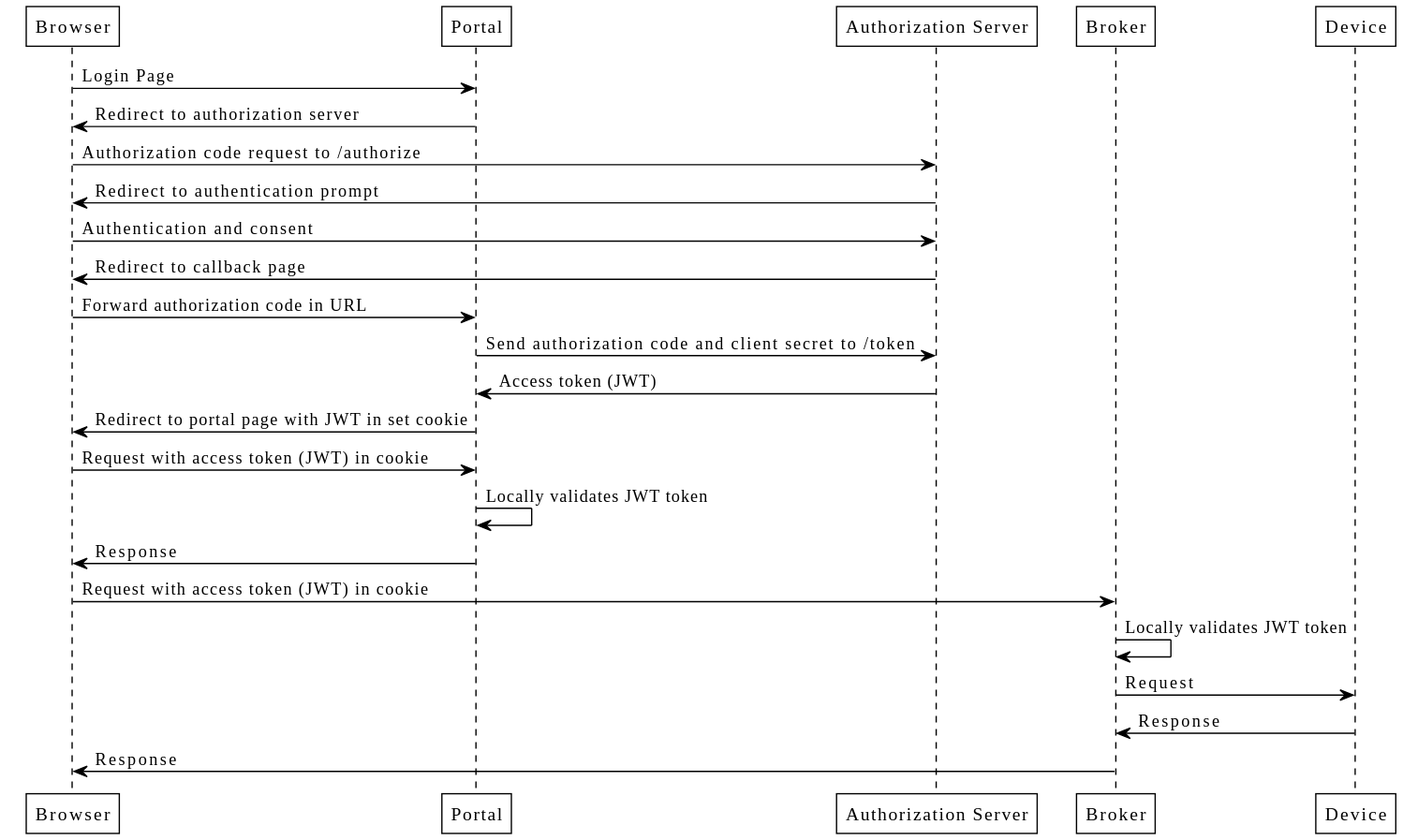
Above: flow.svg in mathias-muench/OauthTut (PlantUML), before the change.
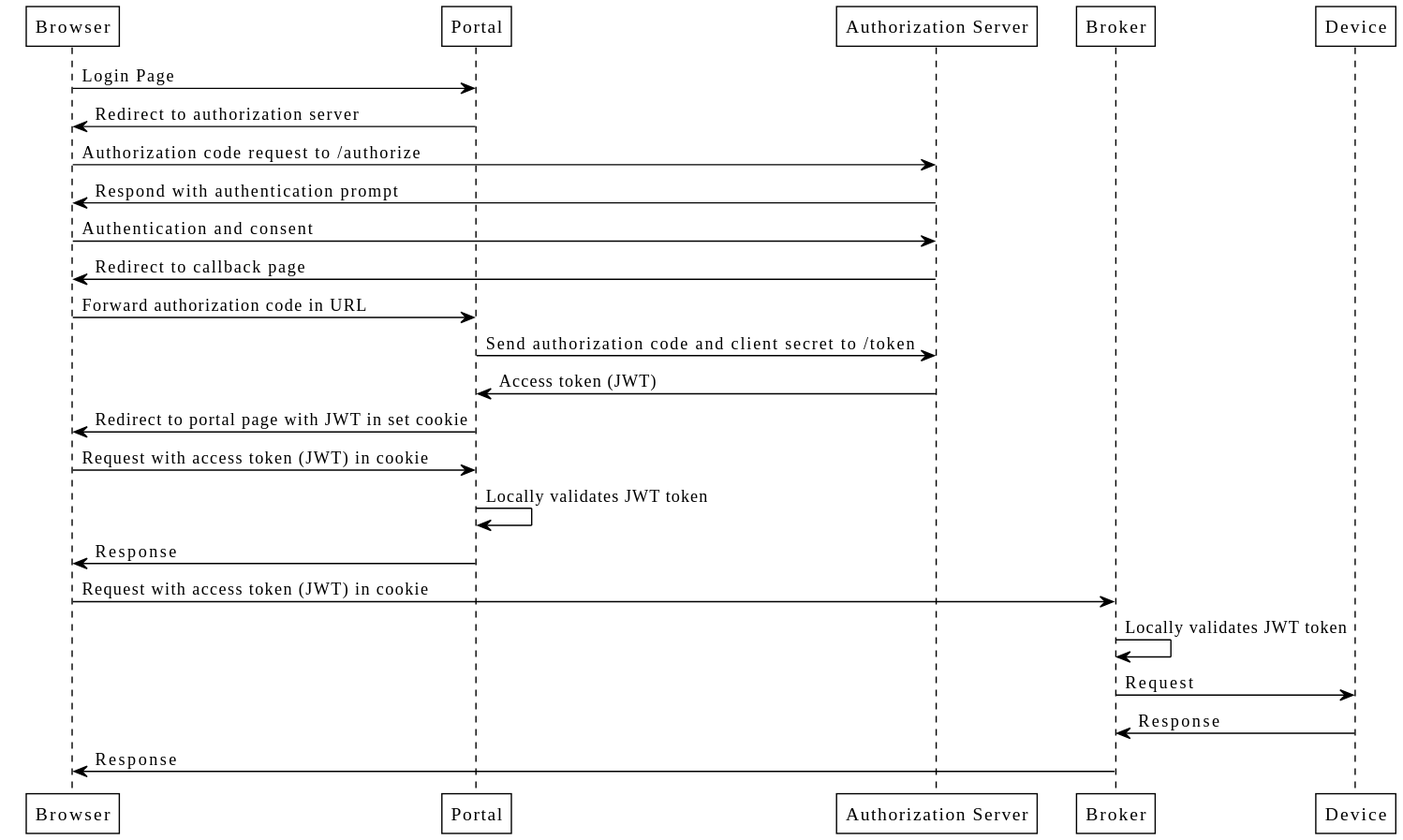
The same file after the commit.

Commit message:
Yet another fix in flow

Change to the diagram source:
```diff
@@ -5,7 +5,7 @@
 Browser -> Portal : Login Page
 Browser <- Portal : Redirect to authorization server
 Browser -> "Authorization Server" : Authorization code request to /authorize
-Browser <- "Authorization Server" : Redirect to authentication prompt
+Browser <- "Authorization Server" : Respond with authentication prompt
 Browser -> "Authorization Server" : Authentication and consent
 Browser <- "Authorization Server" : Redirect to callback page
 Browser -> Portal : Forward authorization code in URL
```
